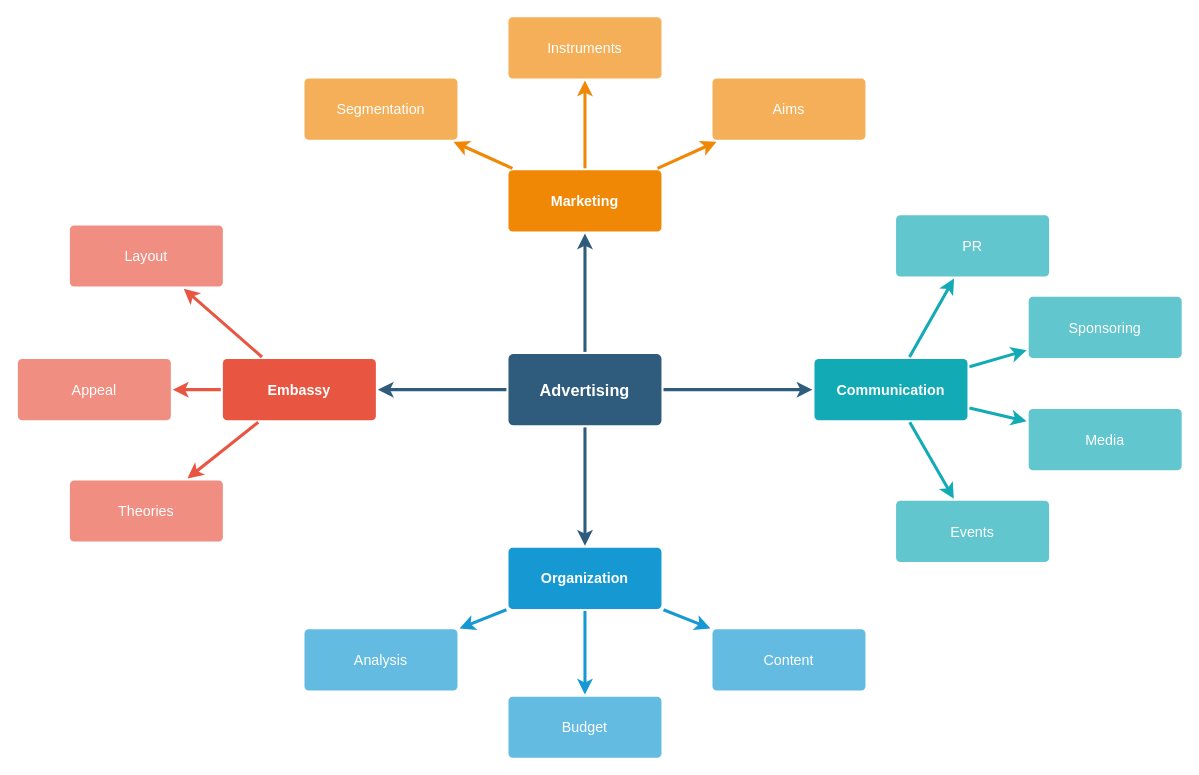
Earlier version of the draw.io diagram sharefile/Untitled Diagram.drawio (pungon/botweb). Source tidied: cells renumbered, new cells numbered last; positions are measured from the earlier drawing's top-left corner, leaving out a move shared by most shapes. Both pictures are drawn from the tidied source at 102%, with x=0, y=0 at pixel (17, 16).
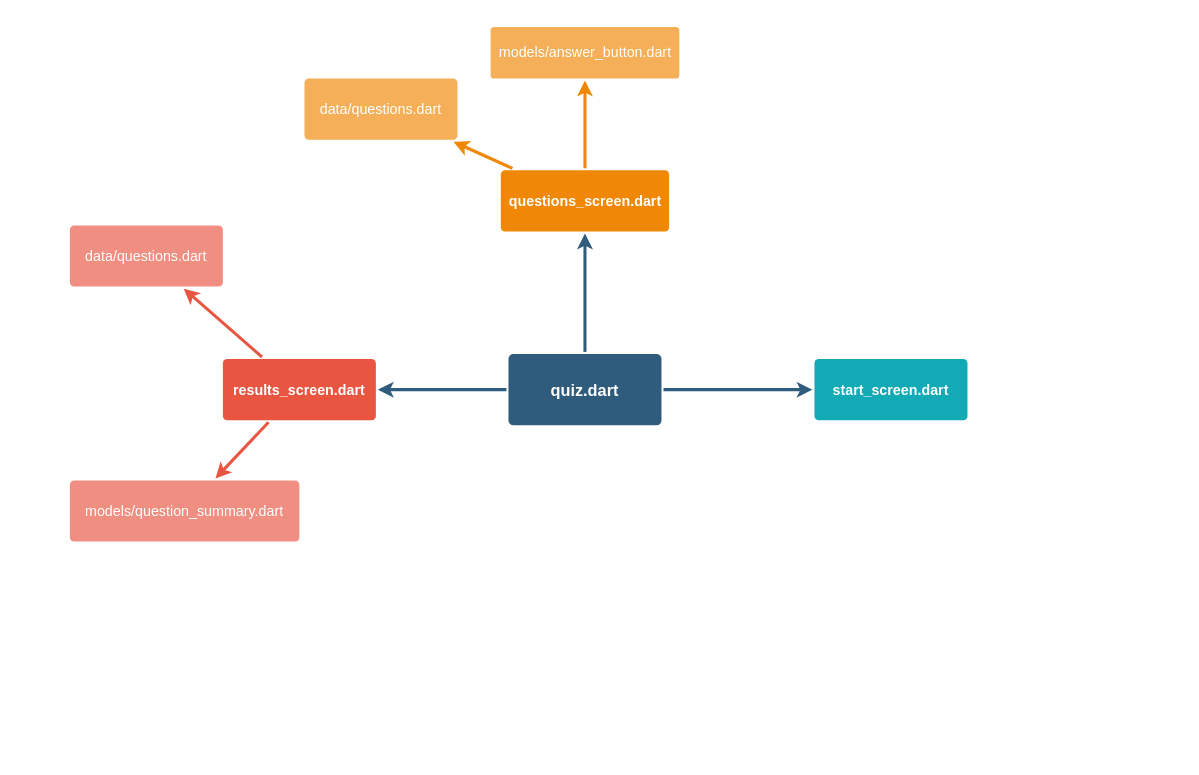
The same diagram, later.

Commit message:
flutter demo

The edit, as a diff of the source:
```diff
@@
-    <mxCell id="4" style="edgeStyle=none;rounded=0;jumpStyle=none;html=1;shadow=0;labelBackgroundColor=none;startArrow=none;startFill=0;endArrow=classic;endFill=1;jettySize=auto;strokeColor=#2F5B7C;strokeWidth=3;fontFamily=Helvetica;fontSize=16;fontColor=#23445D;spacing=5;" parent="1" edge="1" source="6" target="17">
-      <mxGeometry relative="1" as="geometry" />
-    </mxCell>
@@
-    <mxCell id="6" value="Advertising" style="rounded=1;whiteSpace=wrap;html=1;shadow=0;labelBackgroundColor=none;strokeColor=none;strokeWidth=3;fillColor=#2F5B7C;fontFamily=Helvetica;fontSize=16;fontColor=#FFFFFF;align=center;fontStyle=1;spacing=5;arcSize=7;perimeterSpacing=2;" parent="1" vertex="1">
+    <mxCell id="6" value="quiz.dart" style="rounded=1;whiteSpace=wrap;html=1;shadow=0;labelBackgroundColor=none;strokeColor=none;strokeWidth=3;fillColor=#2F5B7C;fontFamily=Helvetica;fontSize=16;fontColor=#FFFFFF;align=center;fontStyle=1;spacing=5;arcSize=7;perimeterSpacing=2;" parent="1" vertex="1">
       <mxGeometry x="481" y="330.5" width="150" height="70" as="geometry" />
     </mxCell>
@@
-    <mxCell id="8" style="edgeStyle=none;rounded=1;jumpStyle=none;html=1;shadow=0;labelBackgroundColor=none;startArrow=none;startFill=0;jettySize=auto;strokeColor=#E85642;strokeWidth=3;fontFamily=Helvetica;fontSize=14;fontColor=#FFFFFF;spacing=5;fontStyle=1;fillColor=#b0e3e6;" parent="1" edge="1" source="10" target="12">
-      <mxGeometry relative="1" as="geometry" />
-    </mxCell>
@@
-    <mxCell id="10" value="Embassy" style="rounded=1;whiteSpace=wrap;html=1;shadow=0;labelBackgroundColor=none;strokeColor=none;strokeWidth=3;fillColor=#e85642;fontFamily=Helvetica;fontSize=14;fontColor=#FFFFFF;align=center;spacing=5;fontStyle=1;arcSize=7;perimeterSpacing=2;" parent="1" vertex="1">
+    <mxCell id="10" value="results_screen.dart" style="rounded=1;whiteSpace=wrap;html=1;shadow=0;labelBackgroundColor=none;strokeColor=none;strokeWidth=3;fillColor=#e85642;fontFamily=Helvetica;fontSize=14;fontColor=#FFFFFF;align=center;spacing=5;fontStyle=1;arcSize=7;perimeterSpacing=2;" parent="1" vertex="1">
       <mxGeometry x="201" y="335.5" width="150" height="60" as="geometry" />
     </mxCell>
-    <mxCell id="11" value="Theories" style="rounded=1;whiteSpace=wrap;html=1;shadow=0;labelBackgroundColor=none;strokeColor=none;strokeWidth=3;fillColor=#f08e81;fontFamily=Helvetica;fontSize=14;fontColor=#FFFFFF;align=center;spacing=5;fontStyle=0;arcSize=7;perimeterSpacing=2;" parent="1" vertex="1">
-      <mxGeometry x="51" y="454.5" width="150" height="60" as="geometry" />
+    <mxCell id="11" value="models/question_summary.dart" style="rounded=1;whiteSpace=wrap;html=1;shadow=0;labelBackgroundColor=none;strokeColor=none;strokeWidth=3;fillColor=#f08e81;fontFamily=Helvetica;fontSize=14;fontColor=#FFFFFF;align=center;spacing=5;fontStyle=0;arcSize=7;perimeterSpacing=2;" parent="1" vertex="1">
+      <mxGeometry x="51" y="454.5" width="225" height="60" as="geometry" />
     </mxCell>
-    <mxCell id="12" value="Appeal" style="rounded=1;whiteSpace=wrap;html=1;shadow=0;labelBackgroundColor=none;strokeColor=none;strokeWidth=3;fillColor=#f08e81;fontFamily=Helvetica;fontSize=14;fontColor=#FFFFFF;align=center;spacing=5;fontStyle=0;arcSize=7;perimeterSpacing=2;" parent="1" vertex="1">
-      <mxGeometry y="335.5" width="150" height="60" as="geometry" />
-    </mxCell>
-    <mxCell id="13" value="Layout" style="rounded=1;whiteSpace=wrap;html=1;shadow=0;labelBackgroundColor=none;strokeColor=none;strokeWidth=3;fillColor=#f08e81;fontFamily=Helvetica;fontSize=14;fontColor=#FFFFFF;align=center;spacing=5;fontStyle=0;arcSize=7;perimeterSpacing=2;" parent="1" vertex="1">
+    <mxCell id="13" value="data/questions.dart" style="rounded=1;whiteSpace=wrap;html=1;shadow=0;labelBackgroundColor=none;strokeColor=none;strokeWidth=3;fillColor=#f08e81;fontFamily=Helvetica;fontSize=14;fontColor=#FFFFFF;align=center;spacing=5;fontStyle=0;arcSize=7;perimeterSpacing=2;" parent="1" vertex="1">
       <mxGeometry x="51" y="204.5" width="150" height="60" as="geometry" />
     </mxCell>
-    <mxCell id="14" style="edgeStyle=none;rounded=0;jumpStyle=none;html=1;shadow=0;labelBackgroundColor=none;startArrow=none;startFill=0;endArrow=classic;endFill=1;jettySize=auto;strokeColor=#1699D3;strokeWidth=3;fontFamily=Helvetica;fontSize=14;fontColor=#FFFFFF;spacing=5;" parent="1" edge="1" source="17" target="20">
-      <mxGeometry relative="1" as="geometry" />
-    </mxCell>
-    <mxCell id="15" style="edgeStyle=none;rounded=0;jumpStyle=none;html=1;shadow=0;labelBackgroundColor=none;startArrow=none;startFill=0;endArrow=classic;endFill=1;jettySize=auto;strokeColor=#1699D3;strokeWidth=3;fontFamily=Helvetica;fontSize=14;fontColor=#FFFFFF;spacing=5;" parent="1" edge="1" source="17" target="19">
-      <mxGeometry relative="1" as="geometry" />
-    </mxCell>
-    <mxCell id="16" style="edgeStyle=none;rounded=0;jumpStyle=none;html=1;shadow=0;labelBackgroundColor=none;startArrow=none;startFill=0;endArrow=classic;endFill=1;jettySize=auto;strokeColor=#1699D3;strokeWidth=3;fontFamily=Helvetica;fontSize=14;fontColor=#FFFFFF;spacing=5;" parent="1" edge="1" source="17" target="18">
-      <mxGeometry relative="1" as="geometry" />
-    </mxCell>
-    <mxCell id="17" value="Organization" style="rounded=1;whiteSpace=wrap;html=1;shadow=0;labelBackgroundColor=none;strokeColor=none;strokeWidth=3;fillColor=#1699d3;fontFamily=Helvetica;fontSize=14;fontColor=#FFFFFF;align=center;spacing=5;fontStyle=1;arcSize=7;perimeterSpacing=2;" parent="1" vertex="1">
-      <mxGeometry x="481" y="520.5" width="150" height="60" as="geometry" />
-    </mxCell>
-    <mxCell id="18" value="Content" style="rounded=1;whiteSpace=wrap;html=1;shadow=0;labelBackgroundColor=none;strokeColor=none;strokeWidth=3;fillColor=#64bbe2;fontFamily=Helvetica;fontSize=14;fontColor=#FFFFFF;align=center;spacing=5;arcSize=7;perimeterSpacing=2;" parent="1" vertex="1">
-      <mxGeometry x="681" y="600.5" width="150" height="60" as="geometry" />
-    </mxCell>
-    <mxCell id="19" value="Budget" style="rounded=1;whiteSpace=wrap;html=1;shadow=0;labelBackgroundColor=none;strokeColor=none;strokeWidth=3;fillColor=#64bbe2;fontFamily=Helvetica;fontSize=14;fontColor=#FFFFFF;align=center;spacing=5;arcSize=7;perimeterSpacing=2;" parent="1" vertex="1">
-      <mxGeometry x="481" y="666.5" width="150" height="60" as="geometry" />
-    </mxCell>
-    <mxCell id="20" value="Analysis" style="rounded=1;whiteSpace=wrap;html=1;shadow=0;labelBackgroundColor=none;strokeColor=none;strokeWidth=3;fillColor=#64bbe2;fontFamily=Helvetica;fontSize=14;fontColor=#FFFFFF;align=center;spacing=5;arcSize=7;perimeterSpacing=2;" parent="1" vertex="1">
-      <mxGeometry x="281" y="600.5" width="150" height="60" as="geometry" />
-    </mxCell>
-    <mxCell id="21" value="Marketing" style="rounded=1;whiteSpace=wrap;html=1;shadow=0;labelBackgroundColor=none;strokeColor=none;strokeWidth=3;fillColor=#F08705;fontFamily=Helvetica;fontSize=14;fontColor=#FFFFFF;align=center;spacing=5;fontStyle=1;arcSize=7;perimeterSpacing=2;" parent="1" vertex="1">
-      <mxGeometry x="481" y="150.5" width="150" height="60" as="geometry" />
+    <mxCell id="21" value="questions_screen.dart" style="rounded=1;whiteSpace=wrap;html=1;shadow=0;labelBackgroundColor=none;strokeColor=none;strokeWidth=3;fillColor=#F08705;fontFamily=Helvetica;fontSize=14;fontColor=#FFFFFF;align=center;spacing=5;fontStyle=1;arcSize=7;perimeterSpacing=2;" parent="1" vertex="1">
+      <mxGeometry x="473.5" y="150.5" width="165" height="60" as="geometry" />
     </mxCell>
-    <mxCell id="22" value="Aims&lt;br&gt;" style="rounded=1;whiteSpace=wrap;html=1;shadow=0;labelBackgroundColor=none;strokeColor=none;strokeWidth=3;fillColor=#f5af58;fontFamily=Helvetica;fontSize=14;fontColor=#FFFFFF;align=center;spacing=5;arcSize=7;perimeterSpacing=2;" parent="1" vertex="1">
-      <mxGeometry x="681" y="60.5" width="150" height="60" as="geometry" />
-    </mxCell>
-    <mxCell id="23" style="edgeStyle=none;rounded=0;jumpStyle=none;html=1;shadow=0;labelBackgroundColor=none;startArrow=none;startFill=0;endArrow=classic;endFill=1;jettySize=auto;strokeColor=#F08705;strokeWidth=3;fontFamily=Helvetica;fontSize=14;fontColor=#FFFFFF;spacing=5;" parent="1" edge="1" source="21" target="22">
-      <mxGeometry relative="1" as="geometry" />
-    </mxCell>
-    <mxCell id="24" value="Instruments" style="rounded=1;whiteSpace=wrap;html=1;shadow=0;labelBackgroundColor=none;strokeColor=none;strokeWidth=3;fillColor=#f5af58;fontFamily=Helvetica;fontSize=14;fontColor=#FFFFFF;align=center;spacing=5;arcSize=7;perimeterSpacing=2;" parent="1" vertex="1">
-      <mxGeometry x="481" y="0.5" width="150" height="60" as="geometry" />
+    <mxCell id="24" value="models/answer_button.dart" style="rounded=1;whiteSpace=wrap;html=1;shadow=0;labelBackgroundColor=none;strokeColor=none;strokeWidth=3;fillColor=#f5af58;fontFamily=Helvetica;fontSize=14;fontColor=#FFFFFF;align=center;spacing=5;arcSize=7;perimeterSpacing=2;" parent="1" vertex="1">
+      <mxGeometry x="463.5" y="10" width="185" height="50.5" as="geometry" />
     </mxCell>
@@
-    <mxCell id="26" value="Segmentation" style="rounded=1;whiteSpace=wrap;html=1;shadow=0;labelBackgroundColor=none;strokeColor=none;strokeWidth=3;fillColor=#f5af58;fontFamily=Helvetica;fontSize=14;fontColor=#FFFFFF;align=center;spacing=5;arcSize=7;perimeterSpacing=2;" parent="1" vertex="1">
+    <mxCell id="26" value="data/questions.dart" style="rounded=1;whiteSpace=wrap;html=1;shadow=0;labelBackgroundColor=none;strokeColor=none;strokeWidth=3;fillColor=#f5af58;fontFamily=Helvetica;fontSize=14;fontColor=#FFFFFF;align=center;spacing=5;arcSize=7;perimeterSpacing=2;" parent="1" vertex="1">
       <mxGeometry x="281" y="60.5" width="150" height="60" as="geometry" />
     </mxCell>
@@
-    <mxCell id="28" value="Communication" style="rounded=1;whiteSpace=wrap;html=1;shadow=0;labelBackgroundColor=none;strokeColor=none;strokeWidth=3;fillColor=#12aab5;fontFamily=Helvetica;fontSize=14;fontColor=#FFFFFF;align=center;spacing=5;fontStyle=1;arcSize=7;perimeterSpacing=2;" parent="1" vertex="1">
+    <mxCell id="28" value="start_screen.dart" style="rounded=1;whiteSpace=wrap;html=1;shadow=0;labelBackgroundColor=none;strokeColor=none;strokeWidth=3;fillColor=#12aab5;fontFamily=Helvetica;fontSize=14;fontColor=#FFFFFF;align=center;spacing=5;fontStyle=1;arcSize=7;perimeterSpacing=2;" parent="1" vertex="1">
       <mxGeometry x="781" y="335.5" width="150" height="60" as="geometry" />
     </mxCell>
-    <mxCell id="29" value="Events" style="rounded=1;whiteSpace=wrap;html=1;shadow=0;labelBackgroundColor=none;strokeColor=none;strokeWidth=3;fillColor=#61c6ce;fontFamily=Helvetica;fontSize=14;fontColor=#FFFFFF;align=center;spacing=5;fontStyle=0;arcSize=7;perimeterSpacing=2;" parent="1" vertex="1">
-      <mxGeometry x="861" y="474.5" width="150" height="60" as="geometry" />
-    </mxCell>
-    <mxCell id="30" style="edgeStyle=none;rounded=1;jumpStyle=none;html=1;shadow=0;labelBackgroundColor=none;startArrow=none;startFill=0;jettySize=auto;strokeColor=#12AAB5;strokeWidth=3;fontFamily=Helvetica;fontSize=14;fontColor=#FFFFFF;spacing=5;fontStyle=1;fillColor=#b0e3e6;" parent="1" edge="1" source="28" target="29">
-      <mxGeometry relative="1" as="geometry" />
-    </mxCell>
-    <mxCell id="31" value="Media" style="rounded=1;whiteSpace=wrap;html=1;shadow=0;labelBackgroundColor=none;strokeColor=none;strokeWidth=3;fillColor=#61c6ce;fontFamily=Helvetica;fontSize=14;fontColor=#FFFFFF;align=center;spacing=5;fontStyle=0;arcSize=7;perimeterSpacing=2;" parent="1" vertex="1">
-      <mxGeometry x="991" y="384.5" width="150" height="60" as="geometry" />
-    </mxCell>
-    <mxCell id="32" style="edgeStyle=none;rounded=1;jumpStyle=none;html=1;shadow=0;labelBackgroundColor=none;startArrow=none;startFill=0;jettySize=auto;strokeColor=#12AAB5;strokeWidth=3;fontFamily=Helvetica;fontSize=14;fontColor=#FFFFFF;spacing=5;fontStyle=1;fillColor=#b0e3e6;" parent="1" edge="1" source="28" target="31">
-      <mxGeometry relative="1" as="geometry" />
-    </mxCell>
-    <mxCell id="33" value="Sponsoring" style="rounded=1;whiteSpace=wrap;html=1;shadow=0;labelBackgroundColor=none;strokeColor=none;strokeWidth=3;fillColor=#61c6ce;fontFamily=Helvetica;fontSize=14;fontColor=#FFFFFF;align=center;spacing=5;fontStyle=0;arcSize=7;perimeterSpacing=2;" parent="1" vertex="1">
-      <mxGeometry x="991" y="274.5" width="150" height="60" as="geometry" />
-    </mxCell>
-    <mxCell id="34" style="edgeStyle=none;rounded=1;jumpStyle=none;html=1;shadow=0;labelBackgroundColor=none;startArrow=none;startFill=0;jettySize=auto;strokeColor=#12AAB5;strokeWidth=3;fontFamily=Helvetica;fontSize=14;fontColor=#FFFFFF;spacing=5;fontStyle=1;fillColor=#b0e3e6;" parent="1" edge="1" source="28" target="33">
-      <mxGeometry relative="1" as="geometry" />
-    </mxCell>
-    <mxCell id="35" value="PR" style="rounded=1;whiteSpace=wrap;html=1;shadow=0;labelBackgroundColor=none;strokeColor=none;strokeWidth=3;fillColor=#61c6ce;fontFamily=Helvetica;fontSize=14;fontColor=#FFFFFF;align=center;spacing=5;fontStyle=0;arcSize=7;perimeterSpacing=2;" parent="1" vertex="1">
-      <mxGeometry x="861" y="194.5" width="150" height="60" as="geometry" />
-    </mxCell>
-    <mxCell id="36" style="edgeStyle=none;rounded=1;jumpStyle=none;html=1;shadow=0;labelBackgroundColor=none;startArrow=none;startFill=0;jettySize=auto;strokeColor=#12AAB5;strokeWidth=3;fontFamily=Helvetica;fontSize=14;fontColor=#FFFFFF;spacing=5;fontStyle=1;fillColor=#b0e3e6;" parent="1" edge="1" source="28" target="35">
-      <mxGeometry relative="1" as="geometry" />
-    </mxCell>
```
